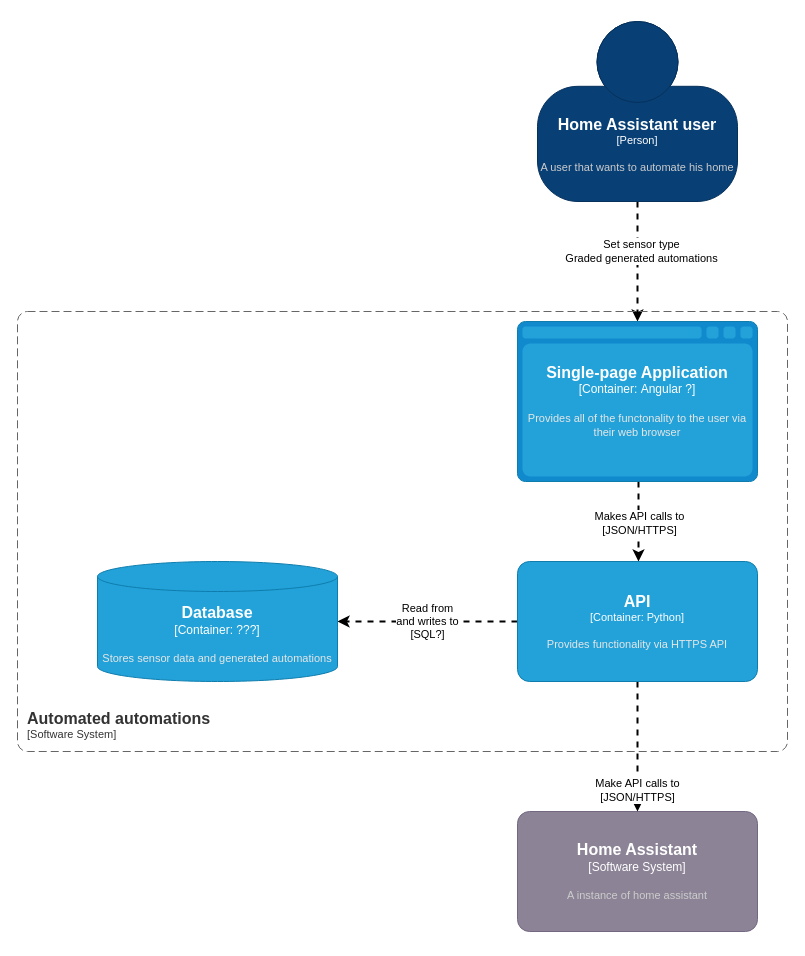
Earlier version of the draw.io diagram page "C2" (2 of 3) of S7HaMachineLearning/Onderzoeken/Bram/Design/C4/C4Model.drawio (S7HaMachineLearning/documentation). Source tidied: cells renumbered, new cells numbered last; positions are measured from the earlier drawing's top-left corner, leaving out a move shared by most shapes. Both pictures are drawn from the tidied source at 100%, with x=0, y=0 at pixel (17, 21).
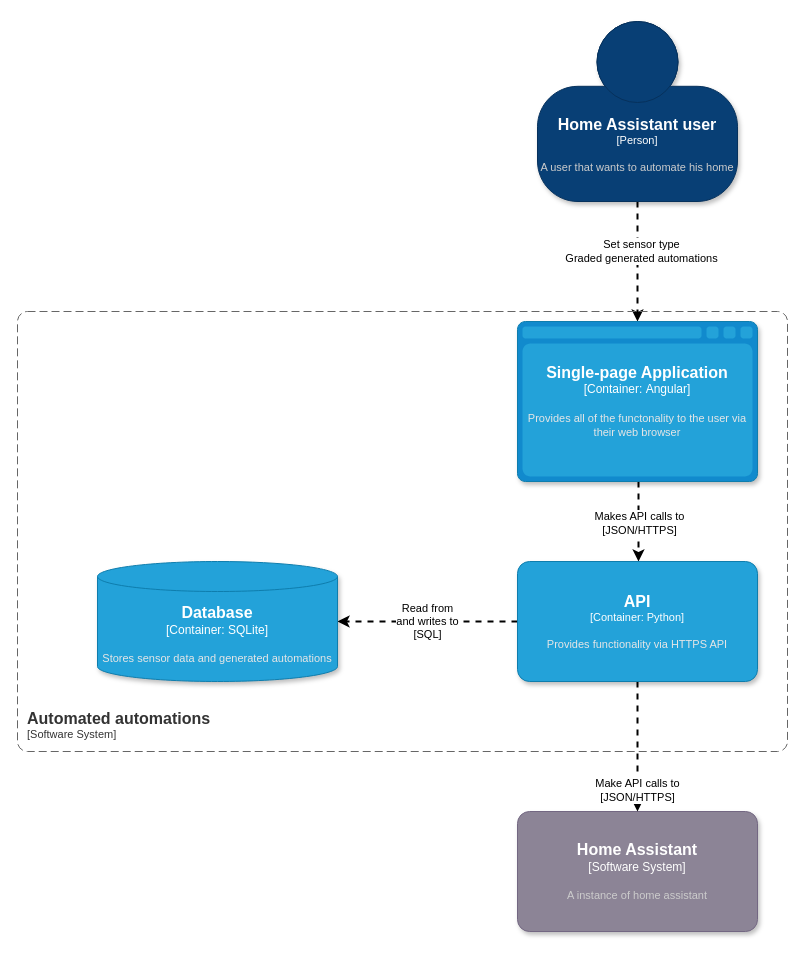
The same page after the edit.

Commit message (it also covers changes not shown here):
Update missing container info

Diff of the diagram source:
```diff
@@
 <mxGraphModel>
   <root>
     <mxCell id="0" />
     <mxCell id="1" parent="0" />
     <mxCell id="2" style="edgeStyle=orthogonalEdgeStyle;rounded=0;jettySize=auto;html=1;dashed=1;strokeWidth=2;" parent="1" edge="1" source="4" target="9">
       <mxGeometry relative="1" as="geometry" />
     </mxCell>
     <mxCell id="3" value="Set sensor type&lt;br&gt;Graded generated automations" style="edgeLabel;html=1;align=center;verticalAlign=middle;" parent="2" vertex="1">
       <mxGeometry x="-0.18" y="3" relative="1" as="geometry" />
     </mxCell>
     <object id="4" label="&lt;font style=&quot;font-size: 16px&quot;&gt;&lt;b&gt;%c4Name%&lt;/b&gt;&lt;/font&gt;&lt;div&gt;[%c4Type%]&lt;/div&gt;&lt;br&gt;&lt;div&gt;&lt;font style=&quot;font-size: 11px&quot;&gt;&lt;font color=&quot;#cccccc&quot;&gt;%c4Description%&lt;/font&gt;&lt;/div&gt;" c4Description="A user that wants to automate his home" c4Name="Home Assistant user" c4Type="Person" placeholders="1">
-      <mxCell style="html=1;fontSize=11;dashed=0;whiteSpace=wrap;fillColor=#083F75;strokeColor=#06315C;fontColor=#ffffff;shape=mxgraph.c4.person2;align=center;points=[[0.5,0,0],[1,0.5,0],[1,0.75,0],[0.75,1,0],[0.5,1,0],[0.25,1,0],[0,0.75,0],[0,0.5,0]];" parent="1" vertex="1">
+      <mxCell style="html=1;fontSize=11;dashed=0;whiteSpace=wrap;fillColor=#083F75;strokeColor=#06315C;fontColor=#ffffff;shape=mxgraph.c4.person2;align=center;points=[[0.5,0,0],[1,0.5,0],[1,0.75,0],[0.75,1,0],[0.5,1,0],[0.25,1,0],[0,0.75,0],[0,0.5,0]];shadow=1;" parent="1" vertex="1">
         <mxGeometry x="520" width="200" height="180" as="geometry" />
       </mxCell>
     </object>
     <object id="5" label="&lt;font style=&quot;font-size: 16px&quot;&gt;&lt;b&gt;%c4Name%&lt;/b&gt;&lt;/font&gt;&lt;div&gt;[%c4Type%]&lt;/div&gt;&lt;br&gt;&lt;div&gt;&lt;font style=&quot;font-size: 11px&quot;&gt;&lt;font color=&quot;#cccccc&quot;&gt;%c4Description%&lt;/font&gt;&lt;/div&gt;" c4Description="A instance of home assistant" c4Name="Home Assistant" c4Type="Software System" placeholders="1">
-      <mxCell style="rounded=1;whiteSpace=wrap;html=1;labelBackgroundColor=none;fillColor=#8C8496;fontColor=#ffffff;align=center;arcSize=10;strokeColor=#736782;points=[[0.25,0,0],[0.5,0,0],[0.75,0,0],[1,0.25,0],[1,0.5,0],[1,0.75,0],[0.75,1,0],[0.5,1,0],[0.25,1,0],[0,0.75,0],[0,0.5,0],[0,0.25,0]];" parent="1" vertex="1">
+      <mxCell style="rounded=1;whiteSpace=wrap;html=1;labelBackgroundColor=none;fillColor=#8C8496;fontColor=#ffffff;align=center;arcSize=10;strokeColor=#736782;points=[[0.25,0,0],[0.5,0,0],[0.75,0,0],[1,0.25,0],[1,0.5,0],[1,0.75,0],[0.75,1,0],[0.5,1,0],[0.25,1,0],[0,0.75,0],[0,0.5,0],[0,0.25,0]];shadow=1;" parent="1" vertex="1">
         <mxGeometry x="500" y="790" width="240" height="120" as="geometry" />
       </mxCell>
     </object>
     <object id="6" label="&lt;font style=&quot;font-size: 16px&quot;&gt;&lt;b&gt;&lt;div style=&quot;text-align: left&quot;&gt;%c4Name%&lt;/div&gt;&lt;/b&gt;&lt;/font&gt;&lt;div style=&quot;text-align: left&quot;&gt;[%c4Application%]&lt;/div&gt;" c4Application="Software System" c4Name="Automated automations" placeholders="1">
       <mxCell style="rounded=1;fontSize=11;whiteSpace=wrap;html=1;dashed=1;arcSize=20;fillColor=none;strokeColor=#666666;fontColor=#333333;labelBackgroundColor=none;align=left;verticalAlign=bottom;labelBorderColor=none;spacingTop=0;spacing=10;dashPattern=8 4;perimeter=rectanglePerimeter;noLabel=0;labelPadding=0;absoluteArcSize=1;" parent="1" vertex="1">
         <mxGeometry y="290" width="770" height="440" as="geometry" />
       </mxCell>
     </object>
     <mxCell id="7" style="edgeStyle=orthogonalEdgeStyle;rounded=0;orthogonalLoop=1;jettySize=auto;html=1;dashed=1;strokeWidth=2;" parent="1" edge="1">
       <mxGeometry relative="1" as="geometry">
         <mxPoint x="621" y="460" as="sourcePoint" />
         <mxPoint x="621" y="540" as="targetPoint" />
       </mxGeometry>
     </mxCell>
     <mxCell id="8" value="Makes API calls to&lt;br&gt;[JSON/HTTPS]" style="edgeLabel;html=1;align=center;verticalAlign=middle;" parent="7" vertex="1">
       <mxGeometry x="-0.31" relative="1" as="geometry">
         <mxPoint y="13" as="offset" />
       </mxGeometry>
     </mxCell>
-    <object id="9" label="&lt;font style=&quot;font-size: 16px&quot;&gt;&lt;b&gt;%c4Type%&lt;/b&gt;&lt;/font&gt;&lt;div&gt;[%c4Container%:&amp;nbsp;%c4Technology%]&lt;/div&gt;&lt;br&gt;&lt;div&gt;&lt;font style=&quot;font-size: 11px&quot;&gt;&lt;font color=&quot;#E6E6E6&quot;&gt;%c4Description%&lt;/font&gt;&lt;/div&gt;" c4Container="Container" c4Description="Provides all of the functonality to the user via their web browser" c4Technology="Angular ?" c4Type="Single-page Application" placeholders="1">
-      <mxCell style="shape=mxgraph.c4.webBrowserContainer2;whiteSpace=wrap;html=1;boundedLbl=1;rounded=0;labelBackgroundColor=none;strokeColor=#118ACD;fillColor=#23A2D9;strokeColor=#118ACD;strokeColor2=#0E7DAD;fontSize=12;fontColor=#ffffff;align=center;points=[[0.5,0,0],[1,0.25,0],[1,0.5,0],[1,0.75,0],[0.5,1,0],[0,0.75,0],[0,0.5,0],[0,0.25,0]];" parent="1" vertex="1">
+    <object id="9" label="&lt;font style=&quot;font-size: 16px&quot;&gt;&lt;b&gt;%c4Type%&lt;/b&gt;&lt;/font&gt;&lt;div&gt;[%c4Container%:&amp;nbsp;%c4Technology%]&lt;/div&gt;&lt;br&gt;&lt;div&gt;&lt;font style=&quot;font-size: 11px&quot;&gt;&lt;font color=&quot;#E6E6E6&quot;&gt;%c4Description%&lt;/font&gt;&lt;/div&gt;" c4Container="Container" c4Description="Provides all of the functonality to the user via their web browser" c4Technology="Angular" c4Type="Single-page Application" placeholders="1">
+      <mxCell style="shape=mxgraph.c4.webBrowserContainer2;whiteSpace=wrap;html=1;boundedLbl=1;rounded=0;labelBackgroundColor=none;strokeColor=#118ACD;fillColor=#23A2D9;strokeColor=#118ACD;strokeColor2=#0E7DAD;fontSize=12;fontColor=#ffffff;align=center;points=[[0.5,0,0],[1,0.25,0],[1,0.5,0],[1,0.75,0],[0.5,1,0],[0,0.75,0],[0,0.5,0],[0,0.25,0]];shadow=1;" parent="1" vertex="1">
         <mxGeometry x="500" y="300" width="240" height="160" as="geometry" />
       </mxCell>
     </object>
-    <mxCell id="10" value="Read from &lt;br&gt;and writes to&lt;br&gt;[SQL?]" style="edgeStyle=orthogonalEdgeStyle;rounded=0;jettySize=auto;html=1;entryX=1;entryY=0.5;entryDx=0;entryDy=0;entryPerimeter=0;dashed=1;strokeWidth=2;" parent="1" edge="1" source="12" target="13">
+    <mxCell id="10" value="Read from &lt;br&gt;and writes to&lt;br&gt;[SQL]" style="edgeStyle=orthogonalEdgeStyle;rounded=0;jettySize=auto;html=1;entryX=1;entryY=0.5;entryDx=0;entryDy=0;entryPerimeter=0;dashed=1;strokeWidth=2;" parent="1" edge="1" source="12" target="13">
       <mxGeometry relative="1" as="geometry" />
     </mxCell>
     <mxCell id="11" value="Make API calls to&lt;br&gt;[JSON/HTTPS]" style="edgeStyle=orthogonalEdgeStyle;rounded=0;jettySize=auto;html=1;dashed=1;strokeWidth=2;" parent="1" edge="1" source="12" target="5">
       <mxGeometry x="0.67" relative="1" as="geometry" />
     </mxCell>
     <object id="12" label="&lt;font style=&quot;font-size: 16px&quot;&gt;&lt;b&gt;%c4Name%&lt;/b&gt;&lt;/font&gt;&lt;div&gt;[%c4Type%: %c4Technology%]&lt;/div&gt;&lt;br&gt;&lt;div&gt;&lt;font style=&quot;font-size: 11px&quot;&gt;&lt;font color=&quot;#E6E6E6&quot;&gt;%c4Description%&lt;/font&gt;&lt;/div&gt;" c4Description="Provides functionality via HTTPS API" c4Name="API" c4Technology="Python" c4Type="Container" placeholders="1">
-      <mxCell style="rounded=1;whiteSpace=wrap;html=1;fontSize=11;labelBackgroundColor=none;fillColor=#23A2D9;fontColor=#ffffff;align=center;arcSize=10;strokeColor=#0E7DAD;points=[[0.25,0,0],[0.5,0,0],[0.75,0,0],[1,0.25,0],[1,0.5,0],[1,0.75,0],[0.75,1,0],[0.5,1,0],[0.25,1,0],[0,0.75,0],[0,0.5,0],[0,0.25,0]];" parent="1" vertex="1">
+      <mxCell style="rounded=1;whiteSpace=wrap;html=1;fontSize=11;labelBackgroundColor=none;fillColor=#23A2D9;fontColor=#ffffff;align=center;arcSize=10;strokeColor=#0E7DAD;points=[[0.25,0,0],[0.5,0,0],[0.75,0,0],[1,0.25,0],[1,0.5,0],[1,0.75,0],[0.75,1,0],[0.5,1,0],[0.25,1,0],[0,0.75,0],[0,0.5,0],[0,0.25,0]];shadow=1;" parent="1" vertex="1">
         <mxGeometry x="500" y="540" width="240" height="120" as="geometry" />
       </mxCell>
     </object>
-    <object id="13" label="&lt;font style=&quot;font-size: 16px&quot;&gt;&lt;b&gt;%c4Type%&lt;/b&gt;&lt;/font&gt;&lt;div&gt;[%c4Container%:&amp;nbsp;%c4Technology%]&lt;/div&gt;&lt;br&gt;&lt;div&gt;&lt;font style=&quot;font-size: 11px&quot;&gt;&lt;font color=&quot;#E6E6E6&quot;&gt;%c4Description%&lt;/font&gt;&lt;/div&gt;" c4Container="Container" c4Description="Stores sensor data and generated automations" c4Technology="???" c4Type="Database" placeholders="1">
-      <mxCell style="shape=cylinder3;size=15;whiteSpace=wrap;html=1;boundedLbl=1;rounded=0;labelBackgroundColor=none;fillColor=#23A2D9;fontSize=12;fontColor=#ffffff;align=center;strokeColor=#0E7DAD;points=[[0.5,0,0],[1,0.25,0],[1,0.5,0],[1,0.75,0],[0.5,1,0],[0,0.75,0],[0,0.5,0],[0,0.25,0]];" parent="1" vertex="1">
+    <object id="13" label="&lt;font style=&quot;font-size: 16px&quot;&gt;&lt;b&gt;%c4Type%&lt;/b&gt;&lt;/font&gt;&lt;div&gt;[%c4Container%:&amp;nbsp;%c4Technology%]&lt;/div&gt;&lt;br&gt;&lt;div&gt;&lt;font style=&quot;font-size: 11px&quot;&gt;&lt;font color=&quot;#E6E6E6&quot;&gt;%c4Description%&lt;/font&gt;&lt;/div&gt;" c4Container="Container" c4Description="Stores sensor data and generated automations" c4Technology="SQLite" c4Type="Database" placeholders="1">
+      <mxCell style="shape=cylinder3;size=15;whiteSpace=wrap;html=1;boundedLbl=1;rounded=0;labelBackgroundColor=none;fillColor=#23A2D9;fontSize=12;fontColor=#ffffff;align=center;strokeColor=#0E7DAD;points=[[0.5,0,0],[1,0.25,0],[1,0.5,0],[1,0.75,0],[0.5,1,0],[0,0.75,0],[0,0.5,0],[0,0.25,0]];shadow=1;" parent="1" vertex="1">
         <mxGeometry x="80" y="540" width="240" height="120" as="geometry" />
       </mxCell>
     </object>
   </root>
 </mxGraphModel>
```
